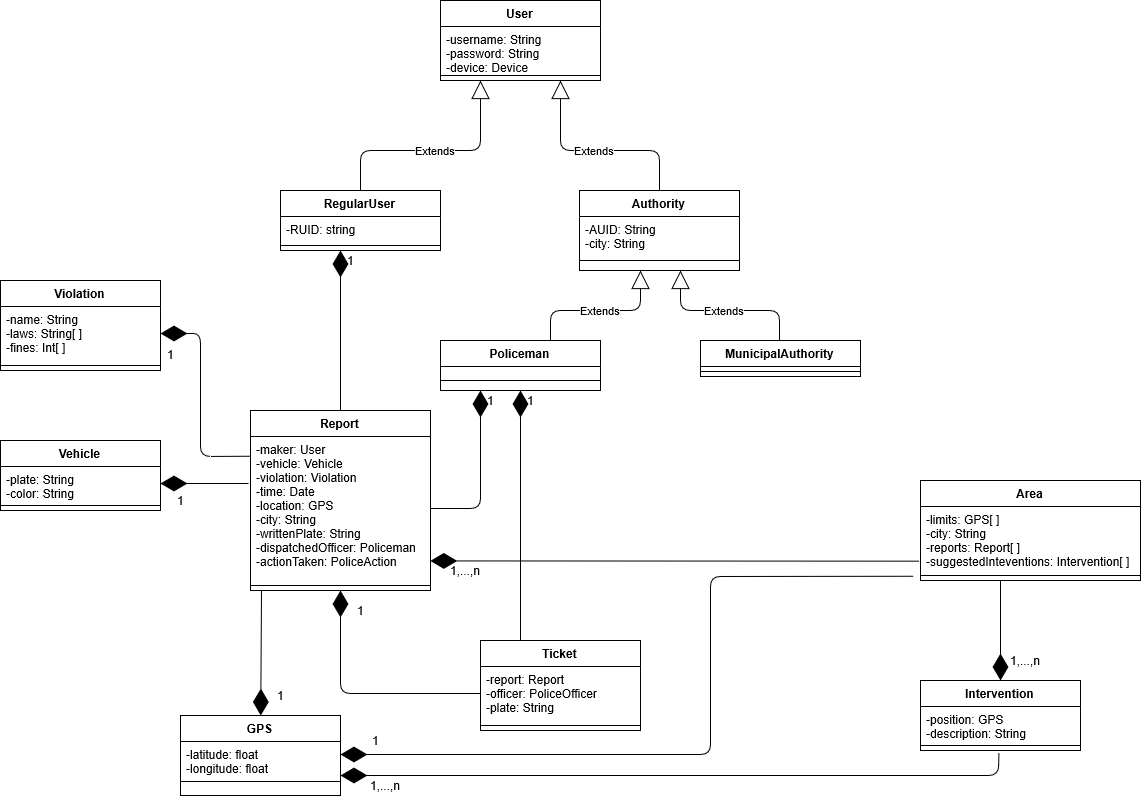
Above: DD/Images/ADV_class_diagram.png in fafrullo2/PanzeriPeruginiPipita (draw.io), before the change. Source tidied: cells renumbered, new cells last; positions are measured from the earlier drawing's top-left corner, leaving out a move shared by most shapes.
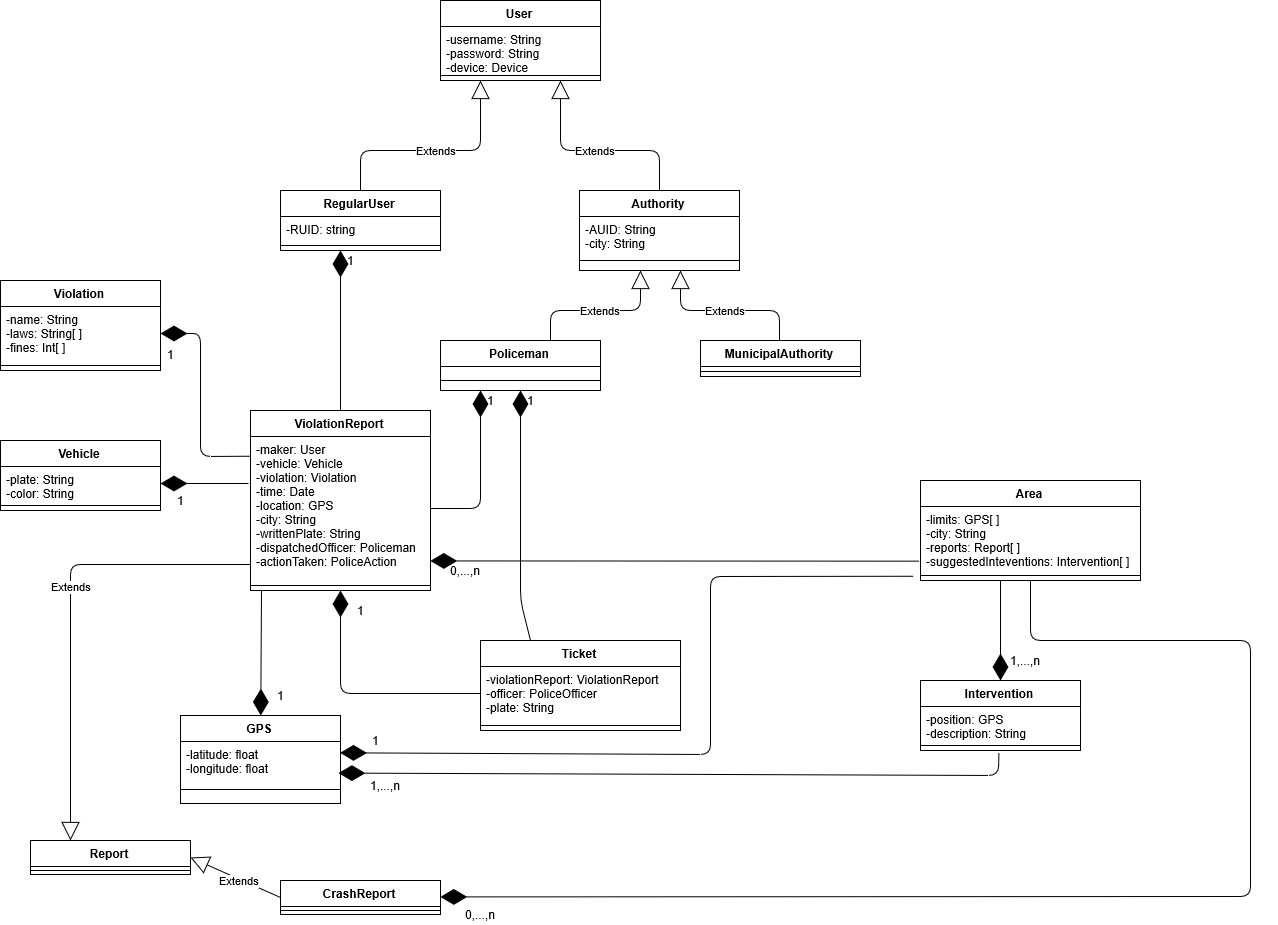
The same diagram one commit later.

Commit message:
Fixed errors in architectural, added requirements traceability

Diff of the diagram source:
```diff
@@ -62,29 +62,29 @@
     </mxCell>
-    <mxCell id="18" value="Extends" style="endArrow=block;endSize=16;endFill=0;html=1;" parent="1" edge="1">
-      <mxGeometry relative="1" as="geometry">
-        <mxPoint x="779" y="340" as="sourcePoint" />
-        <mxPoint x="680" y="270" as="targetPoint" />
-        <Array as="points">
-          <mxPoint x="779" y="310" />
-          <mxPoint x="680" y="310" />
-        </Array>
-      </mxGeometry>
-    </mxCell>
-    <mxCell id="19" value="Extends" style="endArrow=block;endSize=16;endFill=0;html=1;" parent="1" edge="1">
-      <mxGeometry relative="1" as="geometry">
-        <mxPoint x="550" y="340" as="sourcePoint" />
-        <mxPoint x="640" y="270" as="targetPoint" />
-        <Array as="points">
-          <mxPoint x="550" y="310" />
-          <mxPoint x="640" y="310" />
-        </Array>
-      </mxGeometry>
-    </mxCell>
-    <mxCell id="20" value="Report" style="swimlane;fontStyle=1;align=center;verticalAlign=top;horizontal=1;startSize=26;" parent="1" vertex="1">
-      <mxGeometry x="250" y="410" width="180" height="180" as="geometry" />
-    </mxCell>
+    <mxCell id="63" value="Extends" style="endArrow=block;endSize=16;endFill=0;html=1;" parent="1" edge="1">
+      <mxGeometry relative="1" as="geometry">
+        <mxPoint x="779" y="340" as="sourcePoint" />
+        <mxPoint x="680" y="270" as="targetPoint" />
+        <Array as="points">
+          <mxPoint x="779" y="310" />
+          <mxPoint x="680" y="310" />
+        </Array>
+      </mxGeometry>
+    </mxCell>
+    <mxCell id="64" value="Extends" style="endArrow=block;endSize=16;endFill=0;html=1;" parent="1" edge="1">
+      <mxGeometry relative="1" as="geometry">
+        <mxPoint x="550" y="340" as="sourcePoint" />
+        <mxPoint x="640" y="270" as="targetPoint" />
+        <Array as="points">
+          <mxPoint x="550" y="310" />
+          <mxPoint x="640" y="310" />
+        </Array>
+      </mxGeometry>
+    </mxCell>
+    <mxCell id="65" value="ViolationReport" style="swimlane;fontStyle=1;align=center;verticalAlign=top;horizontal=1;startSize=26;" parent="1" vertex="1">
+      <mxGeometry x="250" y="410" width="180" height="180" as="geometry" />
+    </mxCell>
-    <mxCell id="21" value="-maker: User&#10;-vehicle: Vehicle&#10;-violation: Violation&#10;-time: Date&#10;-location: GPS&#10;-city: String&#10;-writtenPlate: String&#10;-dispatchedOfficer: Policeman&#10;-actionTaken: PoliceAction&#10;" style="text;strokeColor=none;fillColor=none;align=left;verticalAlign=top;spacingLeft=4;spacingRight=4;overflow=hidden;points=[[0,0.5],[1,0.5]];portConstraint=eastwest;" parent="20" vertex="1">
+    <mxCell id="21" value="-maker: User&#10;-vehicle: Vehicle&#10;-violation: Violation&#10;-time: Date&#10;-location: GPS&#10;-city: String&#10;-writtenPlate: String&#10;-dispatchedOfficer: Policeman&#10;-actionTaken: PoliceAction&#10;" style="text;strokeColor=none;fillColor=none;align=left;verticalAlign=top;spacingLeft=4;spacingRight=4;overflow=hidden;points=[[0,0.5],[1,0.5]];portConstraint=eastwest;" parent="65" vertex="1">
       <mxGeometry y="26" width="180" height="144" as="geometry" />
     </mxCell>
-    <mxCell id="22" style="line;strokeWidth=1;fillColor=none;align=left;verticalAlign=middle;spacingTop=-1;spacingLeft=3;spacingRight=3;labelPosition=right;" parent="20" vertex="1">
+    <mxCell id="22" style="line;strokeWidth=1;fillColor=none;align=left;verticalAlign=middle;spacingTop=-1;spacingLeft=3;spacingRight=3;labelPosition=right;" parent="65" vertex="1">
       <mxGeometry y="170" width="180" height="10" as="geometry" />
@@ -97,5 +97,5 @@
     </mxCell>
-    <mxCell id="25" style="line;strokeWidth=1;fillColor=none;align=left;verticalAlign=middle;spacingTop=-1;spacingLeft=3;spacingRight=3;labelPosition=right;" parent="23" vertex="1">
-      <mxGeometry y="60" width="160" height="10" as="geometry" />
-    </mxCell>
+    <mxCell id="66" style="line;strokeWidth=1;fillColor=none;align=left;verticalAlign=middle;spacingTop=-1;spacingLeft=3;spacingRight=3;labelPosition=right;" parent="23" vertex="1">
+      <mxGeometry y="60" width="160" height="10" as="geometry" />
+    </mxCell>
     <mxCell id="26" value="Violation" style="swimlane;fontStyle=1;align=center;verticalAlign=top;horizontal=1;startSize=26;" parent="1" vertex="1">
@@ -106,14 +106,14 @@
     </mxCell>
-    <mxCell id="28" style="line;strokeWidth=1;fillColor=none;align=left;verticalAlign=middle;spacingTop=-1;spacingLeft=3;spacingRight=3;labelPosition=right;" parent="26" vertex="1">
-      <mxGeometry y="80" width="160" height="10" as="geometry" />
-    </mxCell>
+    <mxCell id="67" style="line;strokeWidth=1;fillColor=none;align=left;verticalAlign=middle;spacingTop=-1;spacingLeft=3;spacingRight=3;labelPosition=right;" parent="26" vertex="1">
+      <mxGeometry y="80" width="160" height="10" as="geometry" />
+    </mxCell>
     <mxCell id="29" value="Ticket" style="swimlane;fontStyle=1;align=center;verticalAlign=top;horizontal=1;startSize=26;" parent="1" vertex="1">
-      <mxGeometry x="480" y="640" width="160" height="90" as="geometry" />
+      <mxGeometry x="480" y="640" width="200" height="90" as="geometry" />
     </mxCell>
-    <mxCell id="30" value="-report: Report&#10;-officer: PoliceOfficer&#10;-plate: String" style="text;strokeColor=none;fillColor=none;align=left;verticalAlign=top;spacingLeft=4;spacingRight=4;overflow=hidden;points=[[0,0.5],[1,0.5]];portConstraint=eastwest;" parent="29" vertex="1">
-      <mxGeometry y="26" width="160" height="54" as="geometry" />
-    </mxCell>
-    <mxCell id="31" style="line;strokeWidth=1;fillColor=none;align=left;verticalAlign=middle;spacingTop=-1;spacingLeft=3;spacingRight=3;labelPosition=right;" parent="29" vertex="1">
-      <mxGeometry y="80" width="160" height="10" as="geometry" />
-    </mxCell>
+    <mxCell id="68" value="-violationReport: ViolationReport&#10;-officer: PoliceOfficer&#10;-plate: String" style="text;strokeColor=none;fillColor=none;align=left;verticalAlign=top;spacingLeft=4;spacingRight=4;overflow=hidden;points=[[0,0.5],[1,0.5]];portConstraint=eastwest;" parent="29" vertex="1">
+      <mxGeometry y="26" width="200" height="54" as="geometry" />
+    </mxCell>
+    <mxCell id="69" style="line;strokeWidth=1;fillColor=none;align=left;verticalAlign=middle;spacingTop=-1;spacingLeft=3;spacingRight=3;labelPosition=right;" parent="29" vertex="1">
+      <mxGeometry y="80" width="200" height="10" as="geometry" />
+    </mxCell>
     <mxCell id="32" value="Area" style="swimlane;fontStyle=1;align=center;verticalAlign=top;horizontal=1;startSize=26;" parent="1" vertex="1">
@@ -133,5 +133,5 @@
     </mxCell>
-    <mxCell id="37" style="line;strokeWidth=1;fillColor=none;align=left;verticalAlign=middle;spacingTop=-1;spacingLeft=3;spacingRight=3;labelPosition=right;points=[];portConstraint=eastwest;" parent="35" vertex="1">
-      <mxGeometry y="60" width="160" height="10" as="geometry" />
-    </mxCell>
+    <mxCell id="70" style="line;strokeWidth=1;fillColor=none;align=left;verticalAlign=middle;spacingTop=-1;spacingLeft=3;spacingRight=3;labelPosition=right;points=[];portConstraint=eastwest;" parent="35" vertex="1">
+      <mxGeometry y="60" width="160" height="10" as="geometry" />
+    </mxCell>
     <mxCell id="38" style="endArrow=diamondThin;endFill=1;endSize=24;html=1;entryX=0.999;entryY=0.864;entryDx=0;entryDy=0;entryPerimeter=0;exitX=-0.005;exitY=0.854;exitDx=0;exitDy=0;exitPerimeter=0;" parent="1" edge="1" source="33" target="21">
@@ -147,17 +147,17 @@
     </mxCell>
-    <mxCell id="40" style="endArrow=diamondThin;endFill=1;endSize=24;html=1;entryX=1;entryY=0.5;entryDx=0;entryDy=0;" parent="1" edge="1" target="24">
-      <mxGeometry relative="1" as="geometry">
-        <mxPoint x="248" y="483" as="sourcePoint" />
-      </mxGeometry>
-    </mxCell>
-    <mxCell id="41" style="endArrow=diamondThin;endFill=1;endSize=24;html=1;exitX=0.5;exitY=0;exitDx=0;exitDy=0;entryX=0.375;entryY=1;entryDx=0;entryDy=0;entryPerimeter=0;" parent="1" edge="1" source="20" target="7">
-      <mxGeometry relative="1" as="geometry" />
-    </mxCell>
-    <mxCell id="42" style="endArrow=diamondThin;endFill=1;endSize=24;html=1;exitX=0;exitY=0.5;exitDx=0;exitDy=0;entryX=0.5;entryY=1;entryDx=0;entryDy=0;" parent="1" edge="1" source="30" target="20">
-      <mxGeometry relative="1" as="geometry">
-        <Array as="points">
-          <mxPoint x="340" y="693" />
-        </Array>
-      </mxGeometry>
-    </mxCell>
+    <mxCell id="71" style="endArrow=diamondThin;endFill=1;endSize=24;html=1;entryX=1;entryY=0.5;entryDx=0;entryDy=0;" parent="1" edge="1" target="24">
+      <mxGeometry relative="1" as="geometry">
+        <mxPoint x="248" y="483" as="sourcePoint" />
+      </mxGeometry>
+    </mxCell>
+    <mxCell id="72" style="endArrow=diamondThin;endFill=1;endSize=24;html=1;exitX=0.5;exitY=0;exitDx=0;exitDy=0;entryX=0.375;entryY=1;entryDx=0;entryDy=0;entryPerimeter=0;" parent="1" edge="1" source="65" target="7">
+      <mxGeometry relative="1" as="geometry" />
+    </mxCell>
+    <mxCell id="73" style="endArrow=diamondThin;endFill=1;endSize=24;html=1;exitX=0;exitY=0.5;exitDx=0;exitDy=0;entryX=0.5;entryY=1;entryDx=0;entryDy=0;" parent="1" edge="1" source="68" target="65">
+      <mxGeometry relative="1" as="geometry">
+        <Array as="points">
+          <mxPoint x="340" y="693" />
+        </Array>
+      </mxGeometry>
+    </mxCell>
     <mxCell id="43" style="endArrow=diamondThin;endFill=1;endSize=24;html=1;exitX=0.25;exitY=0;exitDx=0;exitDy=0;" parent="1" edge="1" source="29" target="15">
@@ -176,22 +176,22 @@
     </mxCell>
-    <mxCell id="45" style="endArrow=diamondThin;endFill=1;endSize=24;html=1;entryX=0.5;entryY=0;entryDx=0;entryDy=0;" parent="1" edge="1" target="35">
-      <mxGeometry relative="1" as="geometry">
-        <mxPoint x="1000" y="580" as="sourcePoint" />
-      </mxGeometry>
-    </mxCell>
+    <mxCell id="74" style="endArrow=diamondThin;endFill=1;endSize=24;html=1;entryX=0.5;entryY=0;entryDx=0;entryDy=0;" parent="1" edge="1" target="35">
+      <mxGeometry relative="1" as="geometry">
+        <mxPoint x="1000" y="580" as="sourcePoint" />
+      </mxGeometry>
+    </mxCell>
     <mxCell id="46" value="GPS" style="swimlane;fontStyle=1;align=center;verticalAlign=top;horizontal=1;startSize=26;" parent="1" vertex="1">
-      <mxGeometry x="180" y="715" width="160" height="80" as="geometry" />
+      <mxGeometry x="180" y="715" width="160" height="88" as="geometry" />
     </mxCell>
     <mxCell id="47" value="-latitude: float&#10;-longitude: float" style="text;strokeColor=none;fillColor=none;align=left;verticalAlign=top;spacingLeft=4;spacingRight=4;overflow=hidden;points=[[0,0.5],[1,0.5]];portConstraint=eastwest;" parent="46" vertex="1">
-      <mxGeometry y="26" width="160" height="26" as="geometry" />
+      <mxGeometry y="26" width="160" height="34" as="geometry" />
     </mxCell>
-    <mxCell id="48" style="line;strokeWidth=1;fillColor=none;align=left;verticalAlign=middle;spacingTop=-1;spacingLeft=3;spacingRight=3;labelPosition=right;" parent="46" vertex="1">
-      <mxGeometry y="52" width="160" height="28" as="geometry" />
-    </mxCell>
-    <mxCell id="49" style="endArrow=diamondThin;endFill=1;endSize=24;html=1;" parent="1" edge="1" target="46">
-      <mxGeometry relative="1" as="geometry">
-        <mxPoint x="261" y="590" as="sourcePoint" />
-      </mxGeometry>
-    </mxCell>
+    <mxCell id="75" style="line;strokeWidth=1;fillColor=none;align=left;verticalAlign=middle;spacingTop=-1;spacingLeft=3;spacingRight=3;labelPosition=right;" parent="46" vertex="1">
+      <mxGeometry y="60" width="160" height="28" as="geometry" />
+    </mxCell>
+    <mxCell id="76" style="endArrow=diamondThin;endFill=1;endSize=24;html=1;" parent="1" edge="1" target="46">
+      <mxGeometry relative="1" as="geometry">
+        <mxPoint x="261" y="590" as="sourcePoint" />
+      </mxGeometry>
+    </mxCell>
-    <mxCell id="50" style="endArrow=diamondThin;endFill=1;endSize=24;html=1;entryX=1;entryY=0.5;entryDx=0;entryDy=0;exitX=-0.032;exitY=1.09;exitDx=0;exitDy=0;exitPerimeter=0;" parent="1" edge="1" source="33" target="47">
+    <mxCell id="50" style="endArrow=diamondThin;endFill=1;endSize=24;html=1;entryX=0.997;entryY=0.333;entryDx=0;entryDy=0;exitX=-0.032;exitY=1.09;exitDx=0;exitDy=0;exitPerimeter=0;entryPerimeter=0;" parent="1" edge="1" source="33" target="47">
       <mxGeometry relative="1" as="geometry">
@@ -203,42 +203,78 @@
     </mxCell>
-    <mxCell id="51" style="endArrow=diamondThin;endFill=1;endSize=24;html=1;entryX=1;entryY=0.75;entryDx=0;entryDy=0;exitX=0.49;exitY=1.238;exitDx=0;exitDy=0;exitPerimeter=0;" parent="1" edge="1" source="37" target="46">
-      <mxGeometry relative="1" as="geometry">
-        <Array as="points">
-          <mxPoint x="998" y="775" />
-        </Array>
-      </mxGeometry>
-    </mxCell>
-    <mxCell id="52" value="1,...,n" style="text;html=1;align=center;verticalAlign=middle;" parent="1" vertex="1">
-      <mxGeometry x="360" y="775" width="50" height="20" as="geometry" />
-    </mxCell>
-    <mxCell id="53" value="1" style="text;html=1;align=center;verticalAlign=middle;" parent="1" vertex="1">
-      <mxGeometry x="365" y="730" width="20" height="20" as="geometry" />
-    </mxCell>
-    <mxCell id="54" value="1" style="text;html=1;align=center;verticalAlign=middle;" parent="1" vertex="1">
-      <mxGeometry x="350" y="600" width="20" height="20" as="geometry" />
-    </mxCell>
-    <mxCell id="55" value="1" style="text;html=1;align=center;verticalAlign=middle;" parent="1" vertex="1">
-      <mxGeometry x="270" y="685" width="20" height="20" as="geometry" />
-    </mxCell>
-    <mxCell id="56" value="1" style="text;html=1;align=center;verticalAlign=middle;" parent="1" vertex="1">
-      <mxGeometry x="170" y="490" width="20" height="20" as="geometry" />
-    </mxCell>
-    <mxCell id="57" value="1" style="text;html=1;align=center;verticalAlign=middle;" parent="1" vertex="1">
-      <mxGeometry x="160" y="343.5" width="20" height="20" as="geometry" />
-    </mxCell>
-    <mxCell id="58" value="1" style="text;html=1;align=center;verticalAlign=middle;" parent="1" vertex="1">
-      <mxGeometry x="340" y="250" width="20" height="20" as="geometry" />
-    </mxCell>
-    <mxCell id="59" value="1" style="text;html=1;align=center;verticalAlign=middle;" parent="1" vertex="1">
-      <mxGeometry x="480" y="390" width="20" height="20" as="geometry" />
-    </mxCell>
-    <mxCell id="60" value="1" style="text;html=1;align=center;verticalAlign=middle;" parent="1" vertex="1">
-      <mxGeometry x="520" y="390" width="20" height="20" as="geometry" />
-    </mxCell>
-    <mxCell id="61" value="1,...,n" style="text;html=1;align=center;verticalAlign=middle;" parent="1" vertex="1">
-      <mxGeometry x="1000" y="650" width="50" height="20" as="geometry" />
-    </mxCell>
-    <mxCell id="62" value="1,...,n" style="text;html=1;align=center;verticalAlign=middle;" parent="1" vertex="1">
-      <mxGeometry x="440" y="560" width="50" height="20" as="geometry" />
-    </mxCell>
+    <mxCell id="77" style="endArrow=diamondThin;endFill=1;endSize=24;html=1;entryX=0.987;entryY=0.929;entryDx=0;entryDy=0;exitX=0.49;exitY=1.238;exitDx=0;exitDy=0;exitPerimeter=0;entryPerimeter=0;" parent="1" edge="1" source="70" target="47">
+      <mxGeometry relative="1" as="geometry">
+        <Array as="points">
+          <mxPoint x="998" y="775" />
+        </Array>
+      </mxGeometry>
+    </mxCell>
+    <mxCell id="78" value="1,...,n" style="text;html=1;align=center;verticalAlign=middle;" parent="1" vertex="1">
+      <mxGeometry x="360" y="775" width="50" height="20" as="geometry" />
+    </mxCell>
+    <mxCell id="79" value="1" style="text;html=1;align=center;verticalAlign=middle;" parent="1" vertex="1">
+      <mxGeometry x="365" y="730" width="20" height="20" as="geometry" />
+    </mxCell>
+    <mxCell id="80" value="1" style="text;html=1;align=center;verticalAlign=middle;" parent="1" vertex="1">
+      <mxGeometry x="350" y="600" width="20" height="20" as="geometry" />
+    </mxCell>
+    <mxCell id="81" value="1" style="text;html=1;align=center;verticalAlign=middle;" parent="1" vertex="1">
+      <mxGeometry x="270" y="685" width="20" height="20" as="geometry" />
+    </mxCell>
+    <mxCell id="82" value="1" style="text;html=1;align=center;verticalAlign=middle;" parent="1" vertex="1">
+      <mxGeometry x="170" y="490" width="20" height="20" as="geometry" />
+    </mxCell>
+    <mxCell id="83" value="1" style="text;html=1;align=center;verticalAlign=middle;" parent="1" vertex="1">
+      <mxGeometry x="160" y="343.5" width="20" height="20" as="geometry" />
+    </mxCell>
+    <mxCell id="84" value="1" style="text;html=1;align=center;verticalAlign=middle;" parent="1" vertex="1">
+      <mxGeometry x="340" y="250" width="20" height="20" as="geometry" />
+    </mxCell>
+    <mxCell id="85" value="1" style="text;html=1;align=center;verticalAlign=middle;" parent="1" vertex="1">
+      <mxGeometry x="480" y="390" width="20" height="20" as="geometry" />
+    </mxCell>
+    <mxCell id="86" value="1" style="text;html=1;align=center;verticalAlign=middle;" parent="1" vertex="1">
+      <mxGeometry x="520" y="390" width="20" height="20" as="geometry" />
+    </mxCell>
+    <mxCell id="87" value="1,...,n" style="text;html=1;align=center;verticalAlign=middle;" parent="1" vertex="1">
+      <mxGeometry x="1000" y="650" width="50" height="20" as="geometry" />
+    </mxCell>
+    <mxCell id="88" value="0,...,n" style="text;html=1;align=center;verticalAlign=middle;" parent="1" vertex="1">
+      <mxGeometry x="440" y="560" width="50" height="20" as="geometry" />
+    </mxCell>
+    <mxCell id="20" value="Report" style="swimlane;fontStyle=1;align=center;verticalAlign=top;horizontal=1;startSize=26;" parent="1" vertex="1">
+      <mxGeometry x="30" y="840" width="160" height="34" as="geometry" />
+    </mxCell>
+    <mxCell id="89" style="line;strokeWidth=1;fillColor=none;align=left;verticalAlign=middle;spacingTop=-1;spacingLeft=3;spacingRight=3;labelPosition=right;" parent="20" vertex="1">
+      <mxGeometry y="26" width="160" height="8" as="geometry" />
+    </mxCell>
+    <mxCell id="90" value="CrashReport" style="swimlane;fontStyle=1;align=center;verticalAlign=top;horizontal=1;startSize=26;" parent="1" vertex="1">
+      <mxGeometry x="280" y="880" width="160" height="34" as="geometry" />
+    </mxCell>
+    <mxCell id="91" style="line;strokeWidth=1;fillColor=none;align=left;verticalAlign=middle;spacingTop=-1;spacingLeft=3;spacingRight=3;labelPosition=right;" parent="90" vertex="1">
+      <mxGeometry y="26" width="160" height="8" as="geometry" />
+    </mxCell>
+    <mxCell id="92" value="Extends" style="endArrow=block;endSize=16;endFill=0;html=1;exitX=0;exitY=0.5;exitDx=0;exitDy=0;entryX=1;entryY=0.5;entryDx=0;entryDy=0;" parent="1" edge="1" source="90" target="20">
+      <mxGeometry x="-0.12" y="1" relative="1" as="geometry" />
+    </mxCell>
+    <mxCell id="93" value="Extends" style="endArrow=block;endSize=16;endFill=0;html=1;entryX=0.25;entryY=0;entryDx=0;entryDy=0;" parent="1" edge="1" target="20">
+      <mxGeometry x="-0.12" y="1" relative="1" as="geometry">
+        <mxPoint x="250" y="564" as="sourcePoint" />
+        <Array as="points">
+          <mxPoint x="70" y="564" />
+        </Array>
+      </mxGeometry>
+    </mxCell>
+    <mxCell id="94" style="endArrow=diamondThin;endFill=1;endSize=24;html=1;entryX=0.999;entryY=0.864;entryDx=0;entryDy=0;entryPerimeter=0;" parent="1" edge="1" source="34">
+      <mxGeometry relative="1" as="geometry">
+        <mxPoint x="439.8" y="896.4" as="targetPoint" />
+        <Array as="points">
+          <mxPoint x="1030" y="640" />
+          <mxPoint x="1250" y="640" />
+          <mxPoint x="1250" y="896" />
+        </Array>
+      </mxGeometry>
+    </mxCell>
+    <mxCell id="95" value="0,...,n" style="text;html=1;align=center;verticalAlign=middle;" parent="1" vertex="1">
+      <mxGeometry x="455" y="904" width="50" height="20" as="geometry" />
+    </mxCell>
   </root>
```
